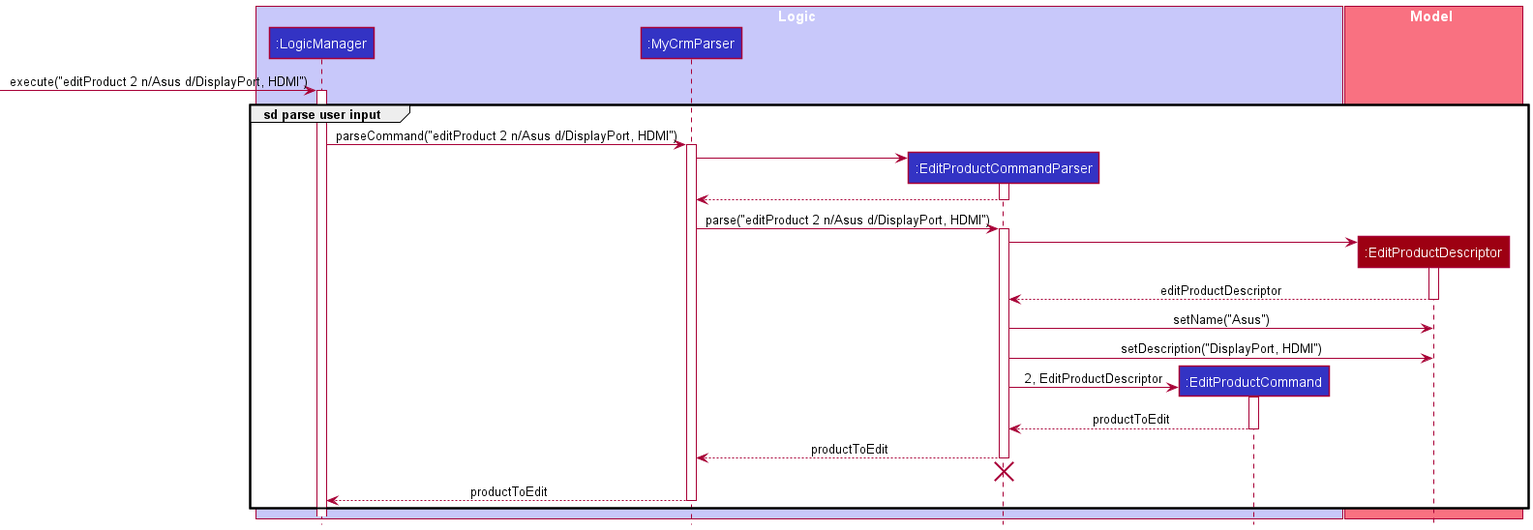
Above: docs/images/product/EditProductSequenceDiagram_Parse.png in ooawagaeri/tp (PlantUML), before the change.
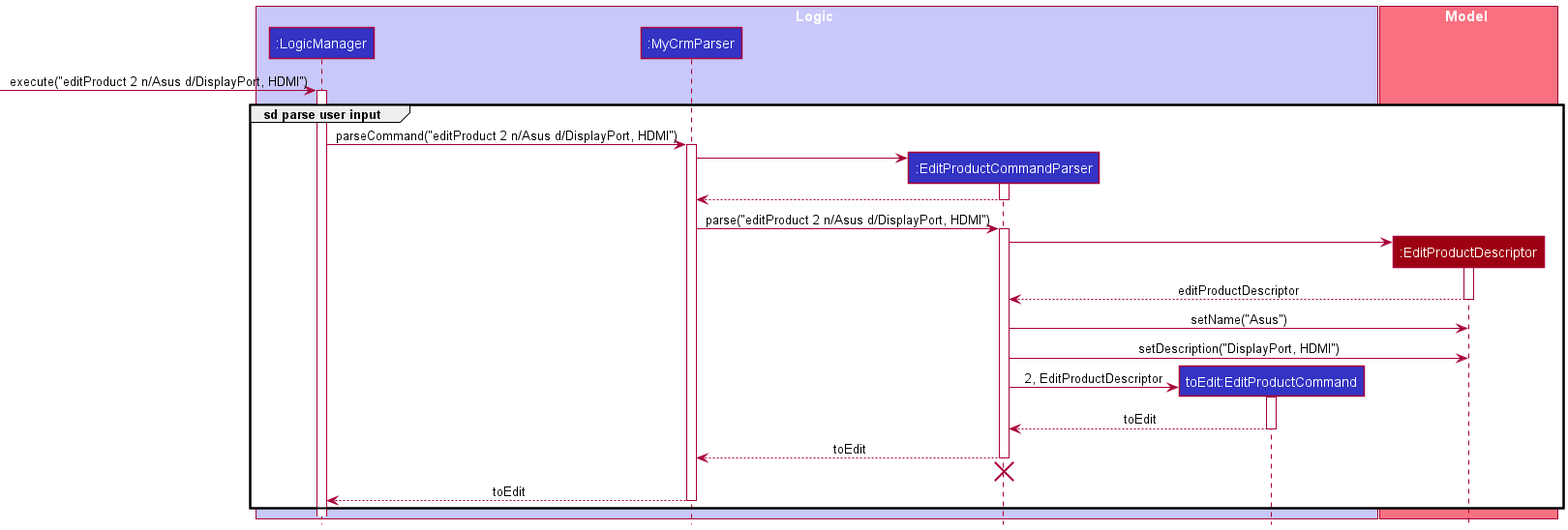
After the change.

Change to the diagram source:
```diff
@@ -5,7 +5,7 @@
 participant ":LogicManager" as LogicManager LOGIC_COLOR
 participant ":MyCrmParser" as MyCrmParser LOGIC_COLOR
 participant ":EditProductCommandParser" as EditProductCommandParser LOGIC_COLOR
-participant ":EditProductCommand" as EditProductCommand LOGIC_COLOR
+participant "toEdit:EditProductCommand" as EditProductCommand LOGIC_COLOR
 end box
 
 box Model MODEL_COLOR_T1
@@ -42,16 +42,16 @@
 EditProductCommandParser -> EditProductCommand : 2, EditProductDescriptor
 activate EditProductCommand
 
-EditProductCommand --> EditProductCommandParser : productToEdit
+EditProductCommand --> EditProductCommandParser : toEdit
 deactivate EditProductCommand
 
-EditProductCommandParser --> MyCrmParser : productToEdit
+EditProductCommandParser --> MyCrmParser : toEdit
 deactivate EditProductCommandParser
 
 EditProductCommandParser -[hidden]-> MyCrmParser
 destroy EditProductCommandParser
 
-MyCrmParser --> LogicManager : productToEdit
+MyCrmParser --> LogicManager : toEdit
 deactivate MyCrmParser
 end
 @enduml
```
